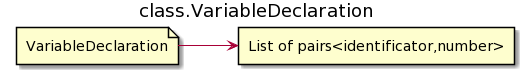
AndreyBezverkhniy/KVM keeps this PlantUML diagram as img/classes/class.variable_declaration.png. Above is the earlier version.
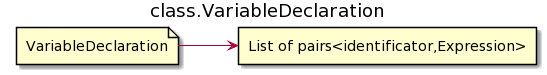
After the commit.

The edit, as a diff of the source:
```diff
@@ -3,7 +3,7 @@
 title class.VariableDeclaration
 
 file "VariableDeclaration" as var
-rectangle "List of pairs<identificator,number>" as list
+rectangle "List of pairs<identificator,Expression>" as list
 
 var-->list
 @enduml
```
